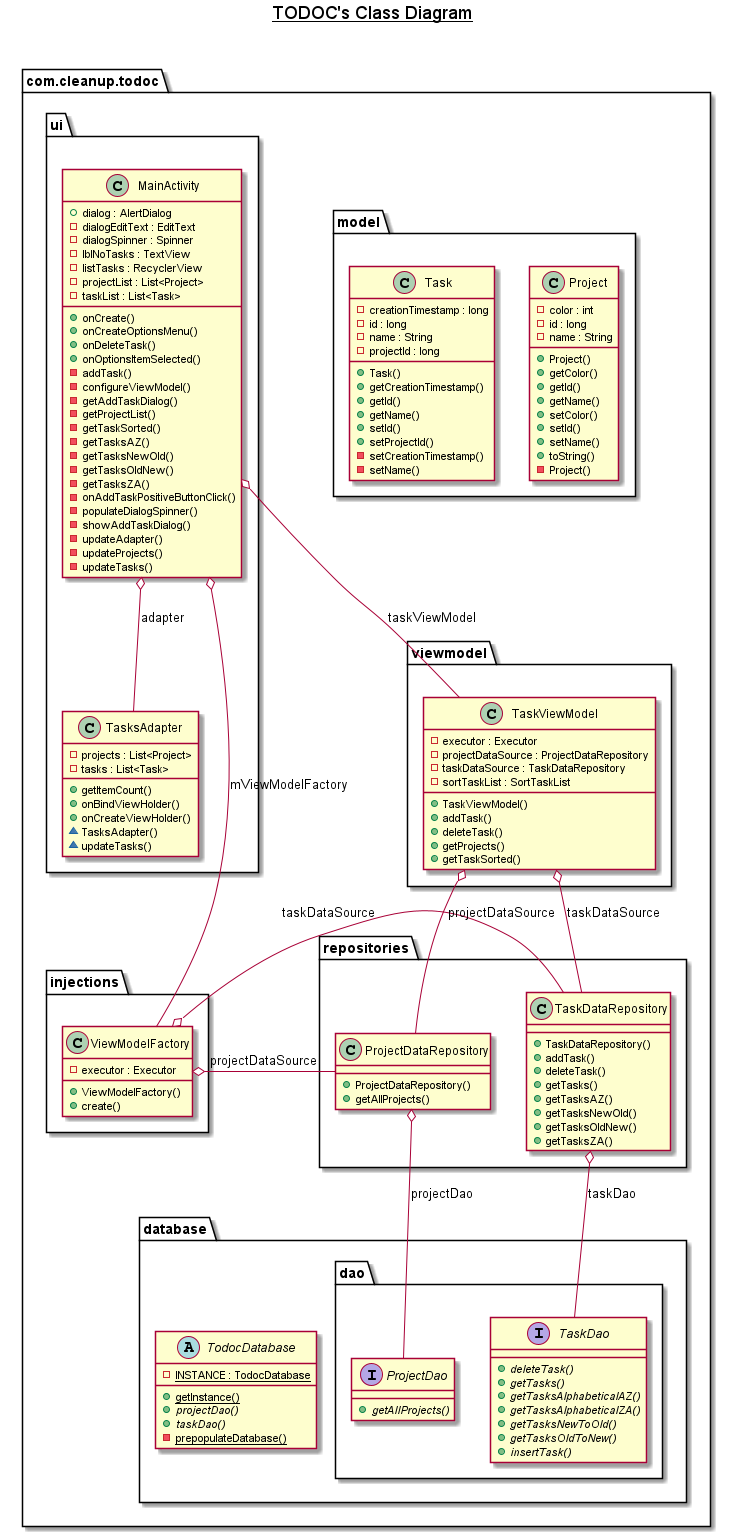
Papylarnaque/Todoc keeps this PlantUML diagram as todoc_class_diagram.png. Above is the earlier version. Source of this version:
```plantuml
@startuml

title __TODOC's Class Diagram__\n

 namespace com.cleanup.todoc {

    namespace viewmodel {
      class com.cleanup.todoc.viewmodel.TaskViewModel {
          - executor : Executor
          - projectDataSource : ProjectDataRepository
          - taskDataSource : TaskDataRepository
          - sortTaskList : SortTaskList
          + TaskViewModel()
          + addTask()
          + deleteTask()
          + getProjects()
          + getTaskSorted()
      }
    }


    namespace model {
      class com.cleanup.todoc.model.Project {
          - color : int
          - id : long
          - name : String
          + Project()
          + getColor()
          + getId()
          + getName()
          + setColor()
          + setId()
          + setName()
          + toString()
          - Project()
      }

      class com.cleanup.todoc.model.Task {
          - creationTimestamp : long
          - id : long
          - name : String
          - projectId : long
          + Task()
          + getCreationTimestamp()
          + getId()
          + getName()
          + setId()
          + setProjectId()
          - setCreationTimestamp()
          - setName()
      }
    }

    namespace ui {
      class com.cleanup.todoc.ui.MainActivity {
          + dialog : AlertDialog
          - dialogEditText : EditText
          - dialogSpinner : Spinner
          - lblNoTasks : TextView
          - listTasks : RecyclerView
          - projectList : List<Project>
          - taskList : List<Task>
          + onCreate()
          + onCreateOptionsMenu()
          + onDeleteTask()
          + onOptionsItemSelected()
          - addTask()
          - configureViewModel()
          - getAddTaskDialog()
          - getProjectList()
          - getTaskSorted()
          - getTasksAZ()
          - getTasksNewOld()
          - getTasksOldNew()
          - getTasksZA()
          - onAddTaskPositiveButtonClick()
          - populateDialogSpinner()
          - showAddTaskDialog()
          - updateAdapter()
          - updateProjects()
          - updateTasks()
      }

      class com.cleanup.todoc.ui.TasksAdapter {
            - projects : List<Project>
            - tasks : List<Task>
            + getItemCount()
            + onBindViewHolder()
            + onCreateViewHolder()
            ~ TasksAdapter()
            ~ updateTasks()
      }
    }

    namespace repositories {
          class com.cleanup.todoc.repositories.TaskDataRepository {
              + TaskDataRepository()
              + addTask()
              + deleteTask()
              + getTasks()
              + getTasksAZ()
              + getTasksNewOld()
              + getTasksOldNew()
              + getTasksZA()
          }
          class com.cleanup.todoc.repositories.ProjectDataRepository {
              + ProjectDataRepository()
              + getAllProjects()
          }
    }

    namespace database {
          abstract class com.cleanup.todoc.database.TodocDatabase {
                        {static} - INSTANCE : TodocDatabase
                        {static} + getInstance()
                        {abstract} + projectDao()
                        {abstract} + taskDao()
                        {static} - prepopulateDatabase()
          }
       namespace dao {
          interface com.cleanup.todoc.database.dao.ProjectDao {
               {abstract} + getAllProjects()
          }

          interface com.cleanup.todoc.database.dao.TaskDao {
              {abstract} + deleteTask()
              {abstract} + getTasks()
              {abstract} + getTasksAlphabeticalAZ()
              {abstract} + getTasksAlphabeticalZA()
              {abstract} + getTasksNewToOld()
              {abstract} + getTasksOldToNew()
              {abstract} + insertTask()
          }
       }
    }

    namespace injections {

      class com.cleanup.todoc.injections.ViewModelFactory {
          - executor : Executor
          + ViewModelFactory()
          + create()
      }

    }


  com.cleanup.todoc.injections.ViewModelFactory o- com.cleanup.todoc.repositories.ProjectDataRepository : projectDataSource
  com.cleanup.todoc.injections.ViewModelFactory o- com.cleanup.todoc.repositories.TaskDataRepository : taskDataSource
  com.cleanup.todoc.viewmodel.TaskViewModel o-- com.cleanup.todoc.repositories.ProjectDataRepository : projectDataSource
  com.cleanup.todoc.viewmodel.TaskViewModel o-- com.cleanup.todoc.repositories.TaskDataRepository : taskDataSource
  com.cleanup.todoc.ui.MainActivity o-- com.cleanup.todoc.ui.TasksAdapter : adapter
  com.cleanup.todoc.ui.MainActivity o-- com.cleanup.todoc.viewmodel.TaskViewModel : taskViewModel
  com.cleanup.todoc.ui.MainActivity o-- com.cleanup.todoc.injections.ViewModelFactory : mViewModelFactory






  com.cleanup.todoc.repositories.ProjectDataRepository o-- com.cleanup.todoc.database.dao.ProjectDao : projectDao
  com.cleanup.todoc.repositories.TaskDataRepository o-- com.cleanup.todoc.database.dao.TaskDao : taskDao




@enduml
```
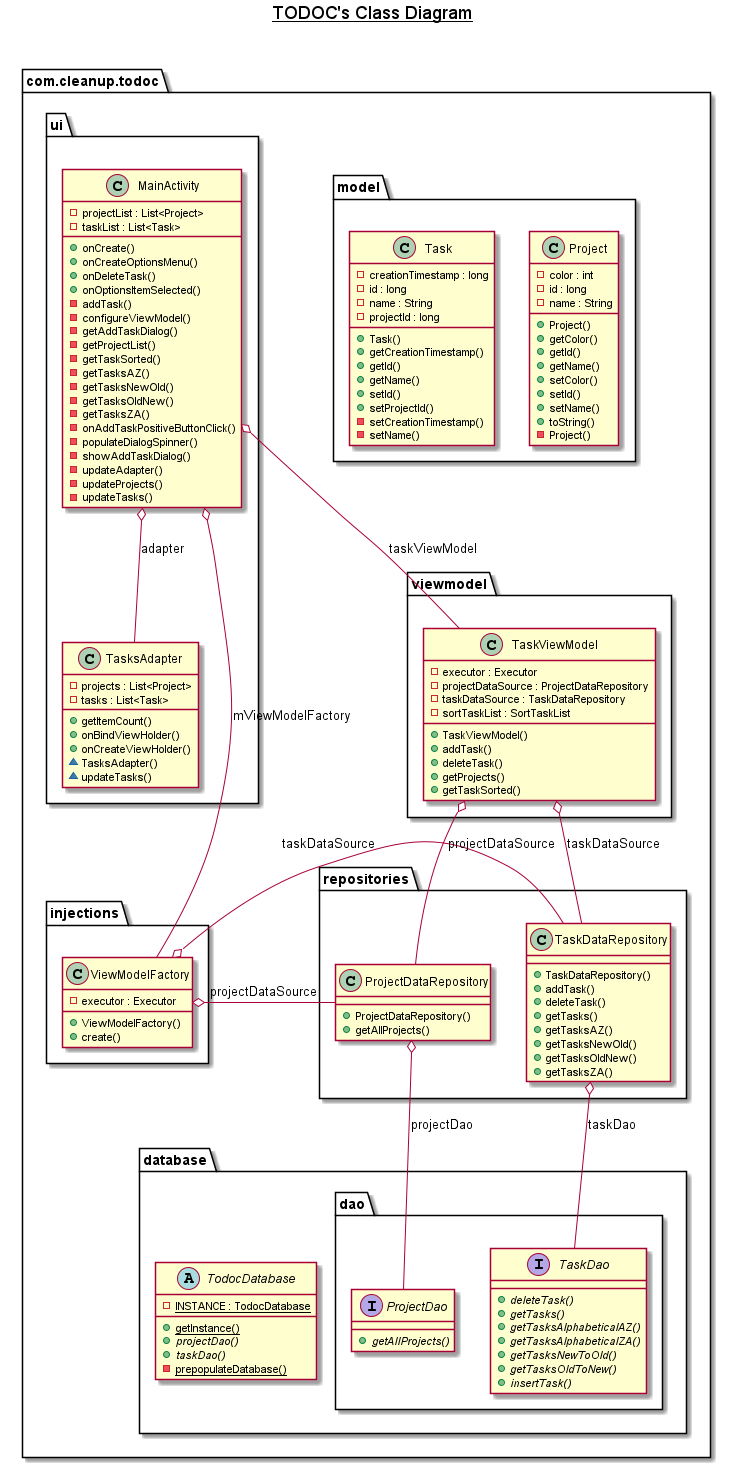
The same file after the commit.

What changed in the source:
```diff
@@ -53,11 +53,6 @@
 
     namespace ui {
       class com.cleanup.todoc.ui.MainActivity {
-          + dialog : AlertDialog
-          - dialogEditText : EditText
-          - dialogSpinner : Spinner
-          - lblNoTasks : TextView
-          - listTasks : RecyclerView
           - projectList : List<Project>
           - taskList : List<Task>
           + onCreate()
```
